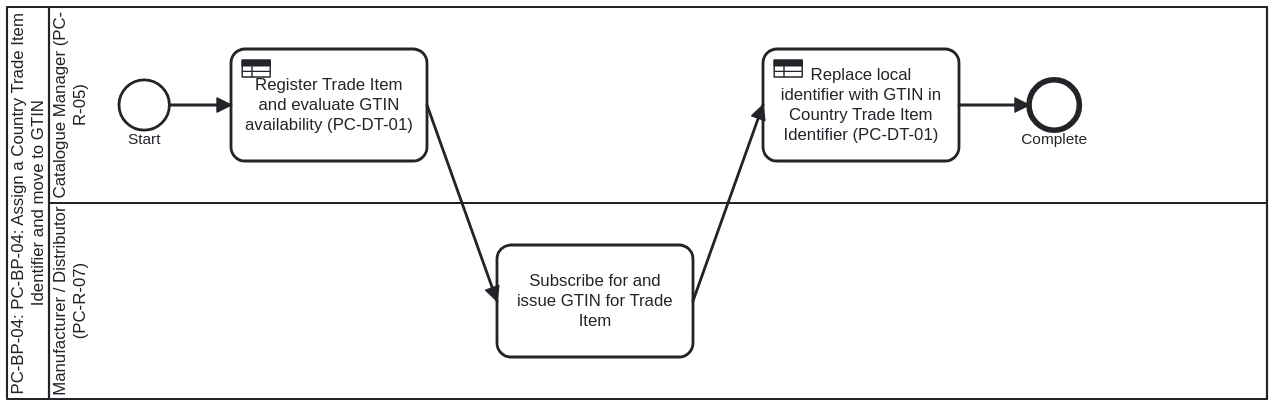
This is folio/dth-pc/media/bp-pc-bp-04.svg from litlfred/dth-pc, a BPMN export, as it was before one commit. Its source is kept beside it as folio/dth-pc/ch04-managing-change/bp-pc-bp-04.bpmn. Ids are renumbered. Source of this version:
```xml
<bpmn:definitions xmlns:bpmn="http://www.omg.org/spec/BPMN/20100524/MODEL"
                  xmlns:bpmndi="http://www.omg.org/spec/BPMN/20100524/DI"
                  xmlns:dc="http://www.omg.org/spec/DD/20100524/DC"
                  xmlns:di="http://www.omg.org/spec/DD/20100524/DI"
                  id="Definitions_PC_BP_04"
                  targetNamespace="https://litlfred.github.io/dth-pc/bpmn">
  <bpmn:collaboration id="Collaboration_PC_BP_04">
    <bpmn:participant id="Participant_PC_BP_04" name="PC-BP-04: PC-BP-04: Assign a Country Trade Item Identifier and move to GTIN" processRef="Process_PC_BP_04" />
  </bpmn:collaboration>
  <bpmn:process id="Process_PC_BP_04" name="PC-BP-04: Assign a Country Trade Item Identifier and move to GTIN" isExecutable="false">
    <bpmn:documentation>PC-BP-04: PC-BP-04: Assign a Country Trade Item Identifier and move to GTIN (Source: who-iris/library/9789240116191-eng, page-039, page-040).</bpmn:documentation>
    <bpmn:laneSet id="LaneSet_PC_BP_04">
      <bpmn:lane id="Lane_1" name="Catalogue Manager (PC-R-05)">
        <bpmn:documentation>Manages product records and Country Trade Item Identifier attribute in NPC (p.39-40, 43)</bpmn:documentation>
        <bpmn:flowNodeRef>StartEvent_1</bpmn:flowNodeRef>
        <bpmn:flowNodeRef>Task_1</bpmn:flowNodeRef>
        <bpmn:flowNodeRef>Task_3</bpmn:flowNodeRef>
        <bpmn:flowNodeRef>EndEvent_1</bpmn:flowNodeRef>
      </bpmn:lane>
      <bpmn:lane id="Lane_2" name="Manufacturer / Distributor (PC-R-07)">
        <bpmn:documentation>Subscribes for and assigns globally unique trade item numbers (GTINs) to Trade Items (p.39-40)</bpmn:documentation>
        <bpmn:flowNodeRef>Task_2</bpmn:flowNodeRef>
      </bpmn:lane>
    </bpmn:laneSet>
    <bpmn:startEvent id="StartEvent_1" name="Start">
      <bpmn:outgoing>Flow_0</bpmn:outgoing>
    </bpmn:startEvent>
    <bpmn:businessRuleTask id="Task_1" name="Register Trade Item and evaluate GTIN availability (PC-DT-01)">
      <bpmn:documentation>Ch 4 (p.39, Fig. 13): Evaluate decision table PC-DT-01 — if GTIN is available, default Country Trade Item Identifier to the GTIN; if absent, generate and maintain a local identifier.</bpmn:documentation>
      <bpmn:incoming>Flow_0</bpmn:incoming>
      <bpmn:outgoing>Flow_1</bpmn:outgoing>
    </bpmn:businessRuleTask>
    <bpmn:task id="Task_2" name="Subscribe for and issue GTIN for Trade Item">
      <bpmn:documentation>Ch 4 (p.39-40, Fig. 13): Manufacturer subscribes for a GS1 GTIN and provides the assigned GTIN for the Trade Item (and child packaging levels).</bpmn:documentation>
      <bpmn:incoming>Flow_1</bpmn:incoming>
      <bpmn:outgoing>Flow_2</bpmn:outgoing>
    </bpmn:task>
    <bpmn:businessRuleTask id="Task_3" name="Replace local identifier with GTIN in Country Trade Item Identifier (PC-DT-01)">
      <bpmn:documentation>Ch 4 (p.39-40, Fig. 13): Replace the temporary local identifier in Country Trade Item Identifier with the newly assigned GTIN while preserving cross-reference mapping for historical transactions.</bpmn:documentation>
      <bpmn:incoming>Flow_2</bpmn:incoming>
      <bpmn:outgoing>Flow_3</bpmn:outgoing>
    </bpmn:businessRuleTask>
    <bpmn:endEvent id="EndEvent_1" name="Complete">
      <bpmn:incoming>Flow_3</bpmn:incoming>
    </bpmn:endEvent>
    <bpmn:dataObject id="DataObject_1" name="Trade Item record (with or without GTIN, p.39-40)" />
    <bpmn:dataObjectReference id="DataObjectRef_1" name="Trade Item record (with or without GTIN, p.39-40)" dataObjectRef="DataObject_1" />
    <bpmn:dataObject id="DataObject_2" name="Country Trade Item Identifier attribute (Fig. 13, p.40)" />
    <bpmn:dataObjectReference id="DataObjectRef_2" name="Country Trade Item Identifier attribute (Fig. 13, p.40)" dataObjectRef="DataObject_2" />
    <bpmn:sequenceFlow id="Flow_0" sourceRef="StartEvent_1" targetRef="Task_1" />
    <bpmn:sequenceFlow id="Flow_1" sourceRef="Task_1" targetRef="Task_2" />
    <bpmn:sequenceFlow id="Flow_2" sourceRef="Task_2" targetRef="Task_3" />
    <bpmn:sequenceFlow id="Flow_3" sourceRef="Task_3" targetRef="EndEvent_1" />
  </bpmn:process>
  <bpmndi:BPMNDiagram id="BPMNDiagram_PC_BP_04">
    <bpmndi:BPMNPlane id="BPMNPlane_PC_BP_04" bpmnElement="Collaboration_PC_BP_04">
      <bpmndi:BPMNShape id="Participant_PC_BP_04_di" bpmnElement="Participant_PC_BP_04" isHorizontal="true">
        <dc:Bounds x="100" y="60" width="900" height="280" />
      </bpmndi:BPMNShape>
      <bpmndi:BPMNShape id="Lane_1_di" bpmnElement="Lane_1" isHorizontal="true">
        <dc:Bounds x="130" y="60" width="870" height="140" />
      </bpmndi:BPMNShape>
      <bpmndi:BPMNShape id="Lane_2_di" bpmnElement="Lane_2" isHorizontal="true">
        <dc:Bounds x="130" y="200" width="870" height="140" />
      </bpmndi:BPMNShape>
      <bpmndi:BPMNShape id="StartEvent_1_di" bpmnElement="StartEvent_1">
        <dc:Bounds x="180" y="112" width="36" height="36" />
      </bpmndi:BPMNShape>
      <bpmndi:BPMNShape id="Task_1_di" bpmnElement="Task_1">
        <dc:Bounds x="260" y="90" width="140" height="80" />
      </bpmndi:BPMNShape>
      <bpmndi:BPMNShape id="Task_2_di" bpmnElement="Task_2">
        <dc:Bounds x="450" y="230" width="140" height="80" />
      </bpmndi:BPMNShape>
      <bpmndi:BPMNShape id="Task_3_di" bpmnElement="Task_3">
        <dc:Bounds x="640" y="90" width="140" height="80" />
      </bpmndi:BPMNShape>
      <bpmndi:BPMNShape id="EndEvent_1_di" bpmnElement="EndEvent_1">
        <dc:Bounds x="830" y="112" width="36" height="36" />
      </bpmndi:BPMNShape>
      <bpmndi:BPMNEdge id="Flow_0_di" bpmnElement="Flow_0">
        <di:waypoint x="216" y="130" />
        <di:waypoint x="260" y="130" />
      </bpmndi:BPMNEdge>
      <bpmndi:BPMNEdge id="Flow_1_di" bpmnElement="Flow_1">
        <di:waypoint x="400" y="130" />
        <di:waypoint x="450" y="270" />
      </bpmndi:BPMNEdge>
      <bpmndi:BPMNEdge id="Flow_2_di" bpmnElement="Flow_2">
        <di:waypoint x="590" y="270" />
        <di:waypoint x="640" y="130" />
      </bpmndi:BPMNEdge>
      <bpmndi:BPMNEdge id="Flow_3_di" bpmnElement="Flow_3">
        <di:waypoint x="780" y="130" />
        <di:waypoint x="830" y="130" />
      </bpmndi:BPMNEdge>
    </bpmndi:BPMNPlane>
  </bpmndi:BPMNDiagram>
</bpmn:definitions>
```
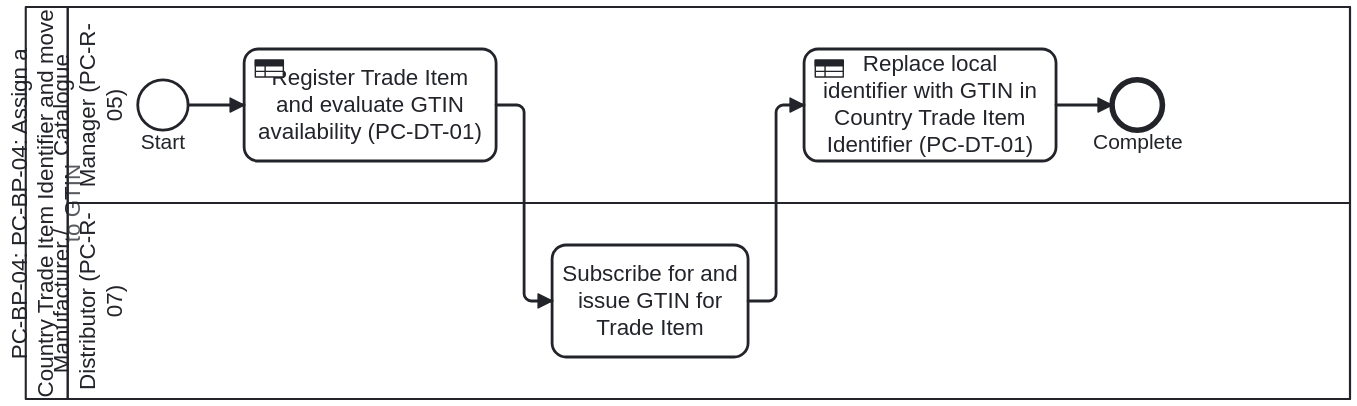
After the commit.

What changed in the source:
```diff
@@ -55,44 +55,48 @@
   <bpmndi:BPMNDiagram id="BPMNDiagram_PC_BP_04">
     <bpmndi:BPMNPlane id="BPMNPlane_PC_BP_04" bpmnElement="Collaboration_PC_BP_04">
       <bpmndi:BPMNShape id="Participant_PC_BP_04_di" bpmnElement="Participant_PC_BP_04" isHorizontal="true">
-        <dc:Bounds x="100" y="60" width="900" height="280" />
+        <dc:Bounds x="100" y="60" width="946" height="280" />
       </bpmndi:BPMNShape>
       <bpmndi:BPMNShape id="Lane_1_di" bpmnElement="Lane_1" isHorizontal="true">
-        <dc:Bounds x="130" y="60" width="870" height="140" />
+        <dc:Bounds x="130" y="60" width="916" height="140" />
       </bpmndi:BPMNShape>
       <bpmndi:BPMNShape id="Lane_2_di" bpmnElement="Lane_2" isHorizontal="true">
-        <dc:Bounds x="130" y="200" width="870" height="140" />
+        <dc:Bounds x="130" y="200" width="916" height="140" />
       </bpmndi:BPMNShape>
       <bpmndi:BPMNShape id="StartEvent_1_di" bpmnElement="StartEvent_1">
         <dc:Bounds x="180" y="112" width="36" height="36" />
       </bpmndi:BPMNShape>
       <bpmndi:BPMNShape id="Task_1_di" bpmnElement="Task_1">
-        <dc:Bounds x="260" y="90" width="140" height="80" />
+        <dc:Bounds x="256" y="90" width="180" height="80" />
       </bpmndi:BPMNShape>
       <bpmndi:BPMNShape id="Task_2_di" bpmnElement="Task_2">
-        <dc:Bounds x="450" y="230" width="140" height="80" />
+        <dc:Bounds x="476" y="230" width="140" height="80" />
       </bpmndi:BPMNShape>
       <bpmndi:BPMNShape id="Task_3_di" bpmnElement="Task_3">
-        <dc:Bounds x="640" y="90" width="140" height="80" />
+        <dc:Bounds x="656" y="90" width="180" height="80" />
       </bpmndi:BPMNShape>
       <bpmndi:BPMNShape id="EndEvent_1_di" bpmnElement="EndEvent_1">
-        <dc:Bounds x="830" y="112" width="36" height="36" />
+        <dc:Bounds x="876" y="112" width="36" height="36" />
       </bpmndi:BPMNShape>
       <bpmndi:BPMNEdge id="Flow_0_di" bpmnElement="Flow_0">
         <di:waypoint x="216" y="130" />
-        <di:waypoint x="260" y="130" />
+        <di:waypoint x="256" y="130" />
       </bpmndi:BPMNEdge>
       <bpmndi:BPMNEdge id="Flow_1_di" bpmnElement="Flow_1">
-        <di:waypoint x="400" y="130" />
-        <di:waypoint x="450" y="270" />
+        <di:waypoint x="436" y="130" />
+        <di:waypoint x="456" y="130" />
+        <di:waypoint x="456" y="270" />
+        <di:waypoint x="476" y="270" />
       </bpmndi:BPMNEdge>
       <bpmndi:BPMNEdge id="Flow_2_di" bpmnElement="Flow_2">
-        <di:waypoint x="590" y="270" />
-        <di:waypoint x="640" y="130" />
+        <di:waypoint x="616" y="270" />
+        <di:waypoint x="636" y="270" />
+        <di:waypoint x="636" y="130" />
+        <di:waypoint x="656" y="130" />
       </bpmndi:BPMNEdge>
       <bpmndi:BPMNEdge id="Flow_3_di" bpmnElement="Flow_3">
-        <di:waypoint x="780" y="130" />
-        <di:waypoint x="830" y="130" />
+        <di:waypoint x="836" y="130" />
+        <di:waypoint x="876" y="130" />
       </bpmndi:BPMNEdge>
     </bpmndi:BPMNPlane>
   </bpmndi:BPMNDiagram>
```
